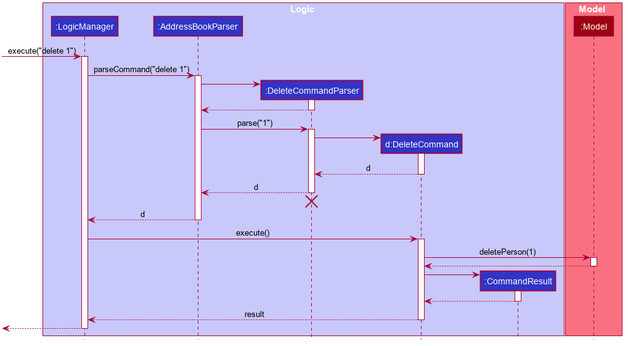
The PlantUML diagram docs/images/DeleteSequenceDiagram.png in nus-cs2103-AY1920S1/addressbook-level3, before a commit.
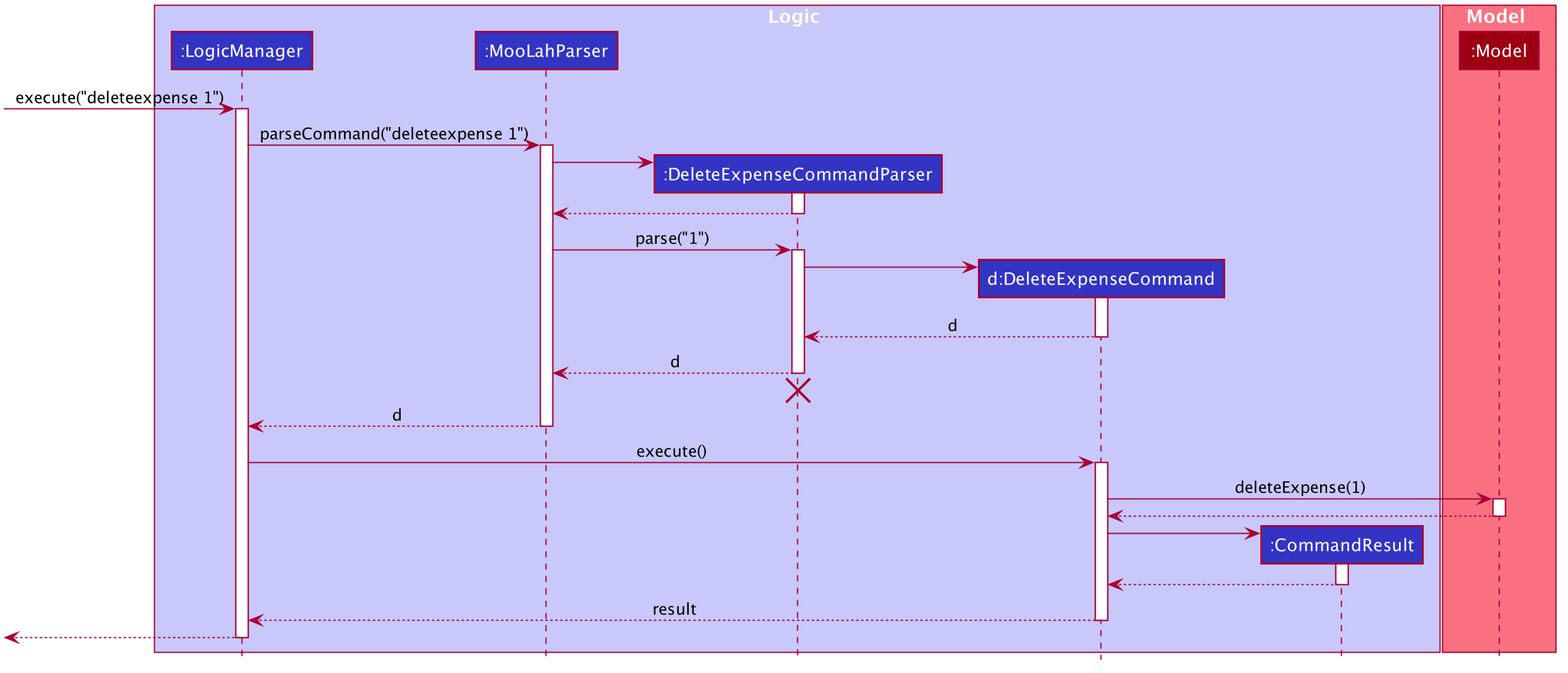
The same diagram one commit later.

The edit, as a diff of the source:
```diff
@@ -50,9 +50,9 @@
 
 box Logic #C8C8FA
 participant ":LogicManager" as LogicManager #3333C4
-participant ":AddressBookParser" as AddressBookParser #3333C4
-participant ":DeleteCommandParser" as DeleteCommandParser #3333C4
-participant "d:DeleteCommand" as DeleteCommand #3333C4
+participant ":MooLahParser" as MooLahParser #3333C4
+participant ":DeleteExpenseCommandParser" as DeleteExpenseCommandParser #3333C4
+participant "d:DeleteExpenseCommand" as DeleteExpenseCommand #3333C4
 participant ":CommandResult" as CommandResult #3333C4
 end box
 
@@ -60,55 +60,55 @@
 participant ":Model" as Model #9D0012
 end box
 
-[-> LogicManager : execute("delete 1")
+[-> LogicManager : execute("deleteexpense 1")
 activate LogicManager
 
-LogicManager -> AddressBookParser : parseCommand("delete 1")
-activate AddressBookParser
+LogicManager -> MooLahParser : parseCommand("deleteexpense 1")
+activate MooLahParser
 
-create DeleteCommandParser
-AddressBookParser -> DeleteCommandParser
-activate DeleteCommandParser
+create DeleteExpenseCommandParser
+MooLahParser -> DeleteExpenseCommandParser
+activate DeleteExpenseCommandParser
 
-DeleteCommandParser --> AddressBookParser
-deactivate DeleteCommandParser
+DeleteExpenseCommandParser --> MooLahParser
+deactivate DeleteExpenseCommandParser
 
-AddressBookParser -> DeleteCommandParser : parse("1")
-activate DeleteCommandParser
+MooLahParser -> DeleteExpenseCommandParser : parse("1")
+activate DeleteExpenseCommandParser
 
-create DeleteCommand
-DeleteCommandParser -> DeleteCommand
-activate DeleteCommand
+create DeleteExpenseCommand
+DeleteExpenseCommandParser -> DeleteExpenseCommand
+activate DeleteExpenseCommand
 
-DeleteCommand --> DeleteCommandParser : d
-deactivate DeleteCommand
+DeleteExpenseCommand --> DeleteExpenseCommandParser : d
+deactivate DeleteExpenseCommand
 
-DeleteCommandParser --> AddressBookParser : d
-deactivate DeleteCommandParser
-DeleteCommandParser -[hidden]-> AddressBookParser
-destroy DeleteCommandParser
+DeleteExpenseCommandParser --> MooLahParser : d
+deactivate DeleteExpenseCommandParser
+DeleteExpenseCommandParser -[hidden]-> MooLahParser
+destroy DeleteExpenseCommandParser
 
-AddressBookParser --> LogicManager : d
-deactivate AddressBookParser
+MooLahParser --> LogicManager : d
+deactivate MooLahParser
 
-LogicManager -> DeleteCommand : execute()
-activate DeleteCommand
+LogicManager -> DeleteExpenseCommand : execute()
+activate DeleteExpenseCommand
 
-DeleteCommand -> Model : deletePerson(1)
+DeleteExpenseCommand -> Model : deleteExpense(1)
 activate Model
 
-Model --> DeleteCommand
+Model --> DeleteExpenseCommand
 deactivate Model
 
 create CommandResult
-DeleteCommand -> CommandResult
+DeleteExpenseCommand -> CommandResult
 activate CommandResult
 
-CommandResult --> DeleteCommand
+CommandResult --> DeleteExpenseCommand
 deactivate CommandResult
 
-DeleteCommand --> LogicManager : result
-deactivate DeleteCommand
+DeleteExpenseCommand --> LogicManager : result
+deactivate DeleteExpenseCommand
 
 [<--LogicManager
 deactivate LogicManager
```
